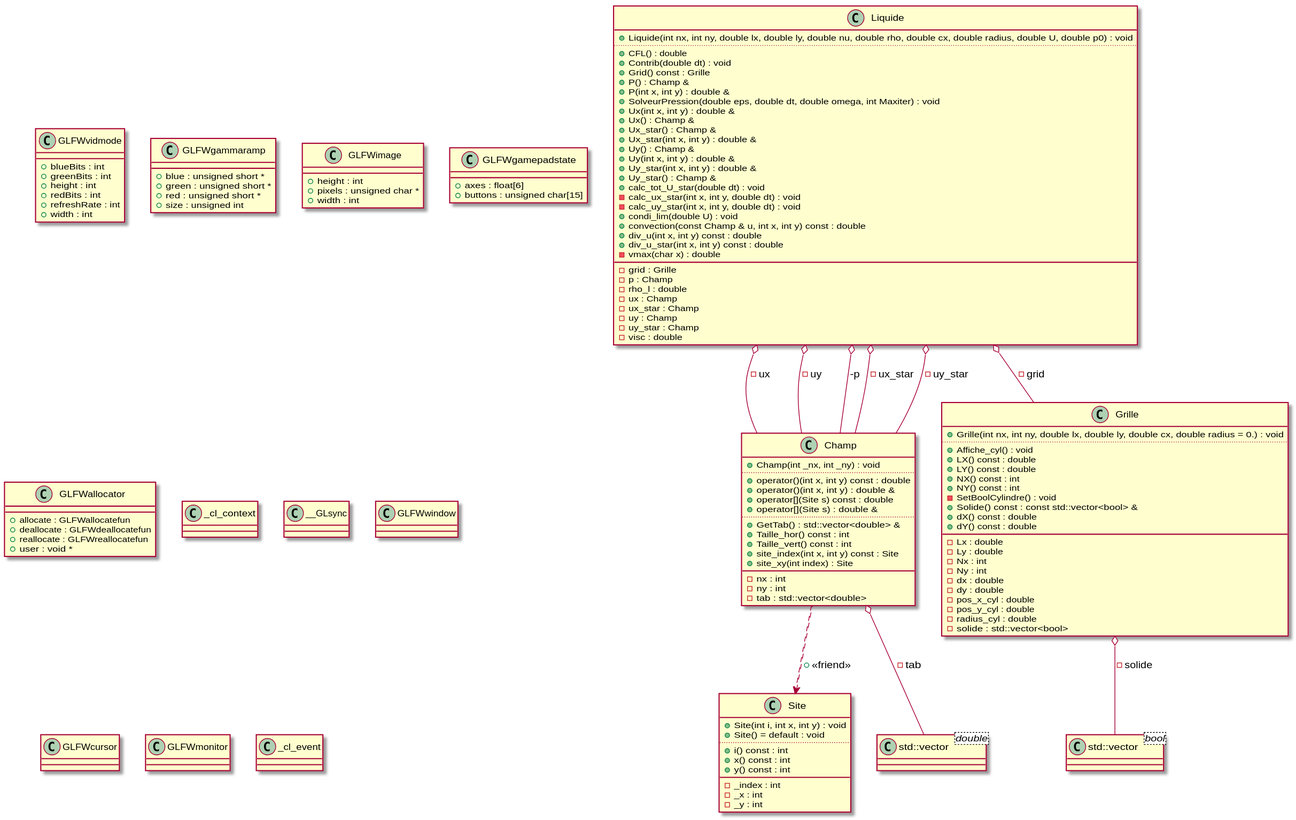
loftyramitsu/crazy_cylinder keeps this PlantUML diagram as diagrams/uml_diagram.svg. Above is the earlier version. Source of this version:
```plantuml
@startuml
class "std::vector<double>" as C_0011328605021903071752
class C_0011328605021903071752 {
__
}
class "std::vector<bool>" as C_0002045887772729987855
class C_0002045887772729987855 {
__
}
class "Site" as C_0001423274317303257258
class C_0001423274317303257258 {
+Site(int i, int x, int y) : void
+Site() = default : void
..
+i() const : int
+x() const : int
+y() const : int
__
-_index : int
-_x : int
-_y : int
}
class "Champ" as C_0002403819096973212324
class C_0002403819096973212324 {
+Champ(int _nx, int _ny) : void
..
+operator()(int x, int y) const : double
+operator()(int x, int y) : double &
+operator[](Site s) const : double
+operator[](Site s) : double &
..
+GetTab() : std::vector<double> &
+Taille_hor() const : int
+Taille_vert() const : int
+site_index(int x, int y) const : Site
+site_xy(int index) : Site
__
-nx : int
-ny : int
-tab : std::vector<double>
}
class "Grille" as C_0003792196203829448009
class C_0003792196203829448009 {
+Grille(int nx, int ny, double lx, double ly, double cx, double radius = 0.) : void
..
+Affiche_cyl() : void
+LX() const : double
+LY() const : double
+NX() const : int
+NY() const : int
-SetBoolCylindre() : void
+Solide() const : const std::vector<bool> &
+dX() const : double
+dY() const : double
__
-Lx : double
-Ly : double
-Nx : int
-Ny : int
-dx : double
-dy : double
-pos_x_cyl : double
-pos_y_cyl : double
-radius_cyl : double
-solide : std::vector<bool>
}
class "Liquide" as C_0011212354420224549405
class C_0011212354420224549405 {
+Liquide(int nx, int ny, double lx, double ly, double nu, double rho, double cx, double radius, double U, double p0) : void
..
+CFL() : double
+Contrib(double dt) : void
+Grid() const : Grille
+P() : Champ &
+P(int x, int y) : double &
+SolveurPression(double eps, double dt, double omega, int Maxiter) : void
+Ux(int x, int y) : double &
+Ux() : Champ &
+Ux_star() : Champ &
+Ux_star(int x, int y) : double &
+Uy() : Champ &
+Uy(int x, int y) : double &
+Uy_star(int x, int y) : double &
+Uy_star() : Champ &
+calc_tot_U_star(double dt) : void
-calc_ux_star(int x, int y, double dt) : void
-calc_uy_star(int x, int y, double dt) : void
+condi_lim(double U) : void
+convection(const Champ & u, int x, int y) const : double
+div_u(int x, int y) const : double
+div_u_star(int x, int y) const : double
-vmax(char x) : double
__
-grid : Grille
-p : Champ
-rho_l : double
-ux : Champ
-ux_star : Champ
-uy : Champ
-uy_star : Champ
-visc : double
}
class "GLFWvidmode" as C_0012846325683697150659
class C_0012846325683697150659 {
__
+blueBits : int
+greenBits : int
+height : int
+redBits : int
+refreshRate : int
+width : int
}
class "GLFWgammaramp" as C_0004723036958785887512
class C_0004723036958785887512 {
__
+blue : unsigned short *
+green : unsigned short *
+red : unsigned short *
+size : unsigned int
}
class "GLFWimage" as C_0011632469852842890284
class C_0011632469852842890284 {
__
+height : int
+pixels : unsigned char *
+width : int
}
class "GLFWgamepadstate" as C_0003272539664815394773
class C_0003272539664815394773 {
__
+axes : float[6]
+buttons : unsigned char[15]
}
class "GLFWallocator" as C_0001863522309830244082
class C_0001863522309830244082 {
__
+allocate : GLFWallocatefun
+deallocate : GLFWdeallocatefun
+reallocate : GLFWreallocatefun
+user : void *
}
class "_cl_context" as C_0005505353034777529899
class C_0005505353034777529899 {
__
}
class "__GLsync" as C_0005656535728663299924
class C_0005656535728663299924 {
__
}
class "GLFWwindow" as C_0008434725962297335764
class C_0008434725962297335764 {
__
}
class "GLFWcursor" as C_0010724029348525148739
class C_0010724029348525148739 {
__
}
class "GLFWmonitor" as C_0013121967087840993840
class C_0013121967087840993840 {
__
}
class "_cl_event" as C_0016742860404031477541
class C_0016742860404031477541 {
__
}
C_0001423274317303257258 <.. C_0002403819096973212324 : +<<friend>>
C_0002403819096973212324 ..> C_0001423274317303257258
C_0002403819096973212324 o-- C_0011328605021903071752 : -tab
C_0003792196203829448009 o-- C_0002045887772729987855 : -solide
C_0011212354420224549405 o-- C_0003792196203829448009 : -grid
C_0011212354420224549405 o-- C_0002403819096973212324 : -ux
C_0011212354420224549405 o-- C_0002403819096973212324 : -uy
C_0011212354420224549405 o-- C_0002403819096973212324 : -p
C_0011212354420224549405 o-- C_0002403819096973212324 : -ux_star
C_0011212354420224549405 o-- C_0002403819096973212324 : -uy_star

@enduml
```
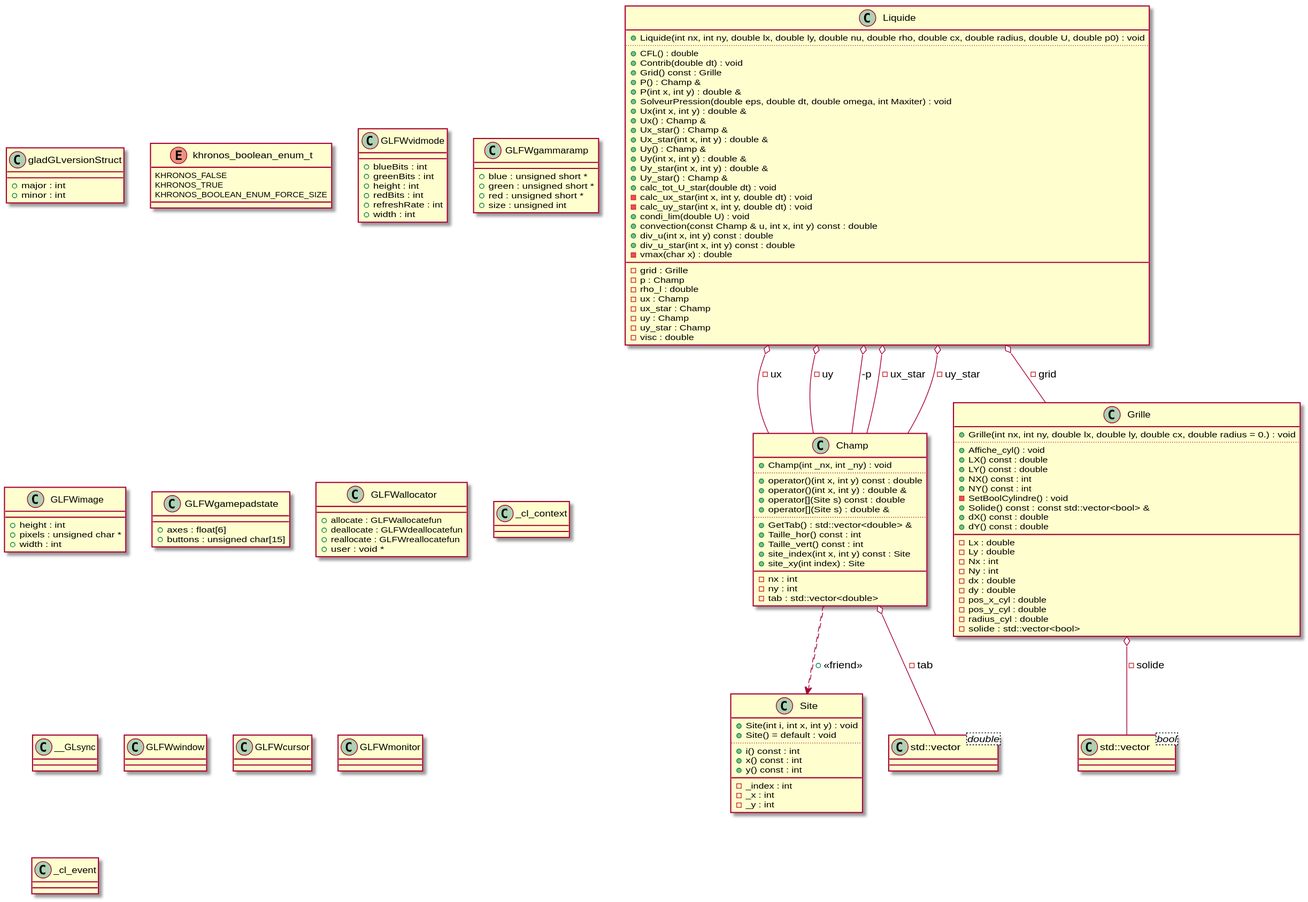
The same diagram one commit later.

Diff of the diagram source:
```diff
@@ -100,6 +100,18 @@
 -uy_star : Champ
 -visc : double
 }
+class "gladGLversionStruct" as C_0014114407443099026821
+class C_0014114407443099026821 {
+__
++major : int
++minor : int
+}
+enum "khronos_boolean_enum_t" as C_0014616433944762754393
+enum C_0014616433944762754393 {
+KHRONOS_FALSE
+KHRONOS_TRUE
+KHRONOS_BOOLEAN_ENUM_FORCE_SIZE
+}
 class "GLFWvidmode" as C_0012846325683697150659
 class C_0012846325683697150659 {
 __
```
